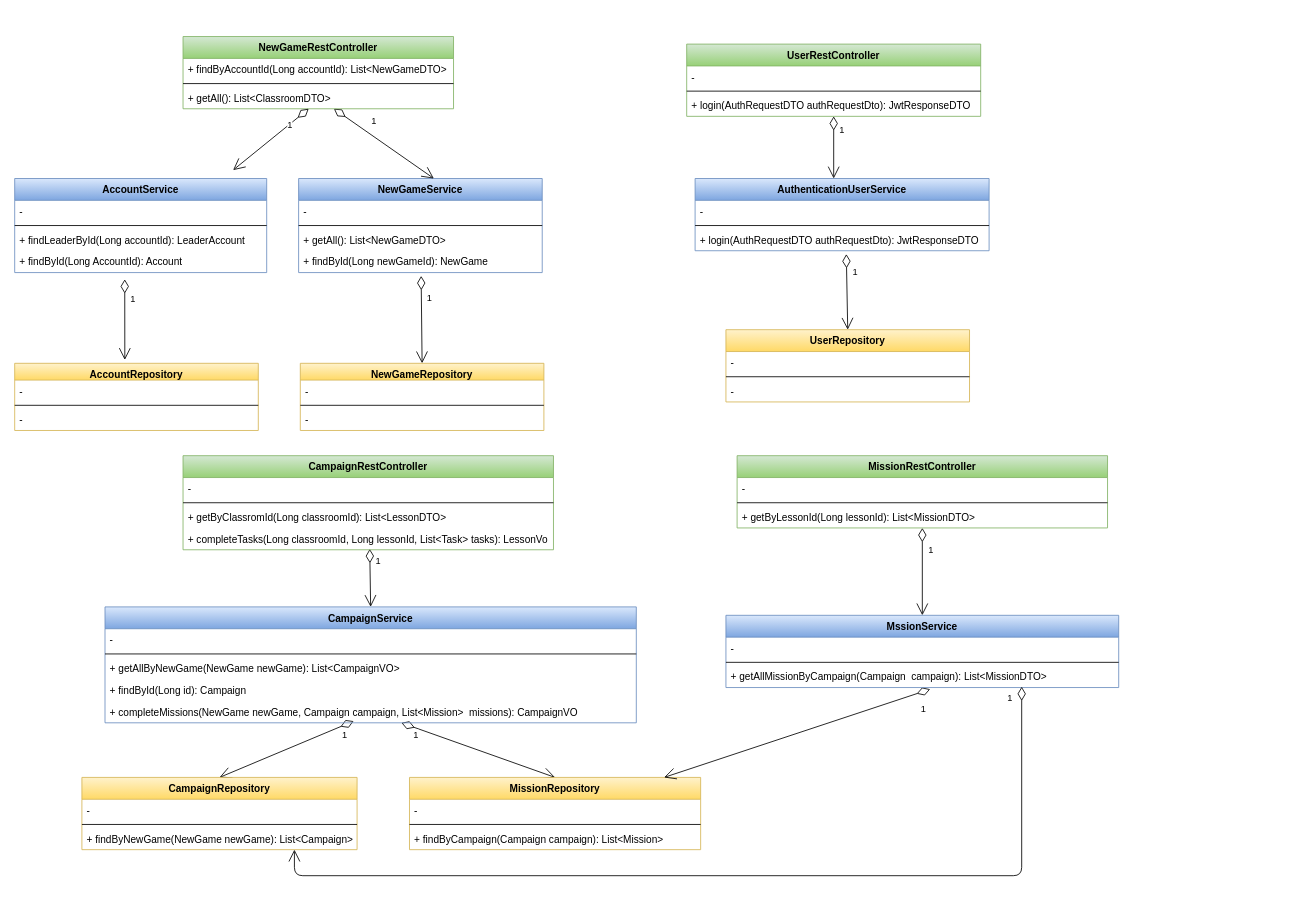
This is page "Services" (2 of 2) of doc/UML.drawio from zolezzi/VirTuAula, a draw.io file, before an edit. Source tidied: cells renumbered, new cells numbered last; positions are measured from the earlier drawing's top-left corner, leaving out a move shared by most shapes. Both pictures are drawn from the tidied source at 84%, with x=0, y=0 at pixel (14, 36).
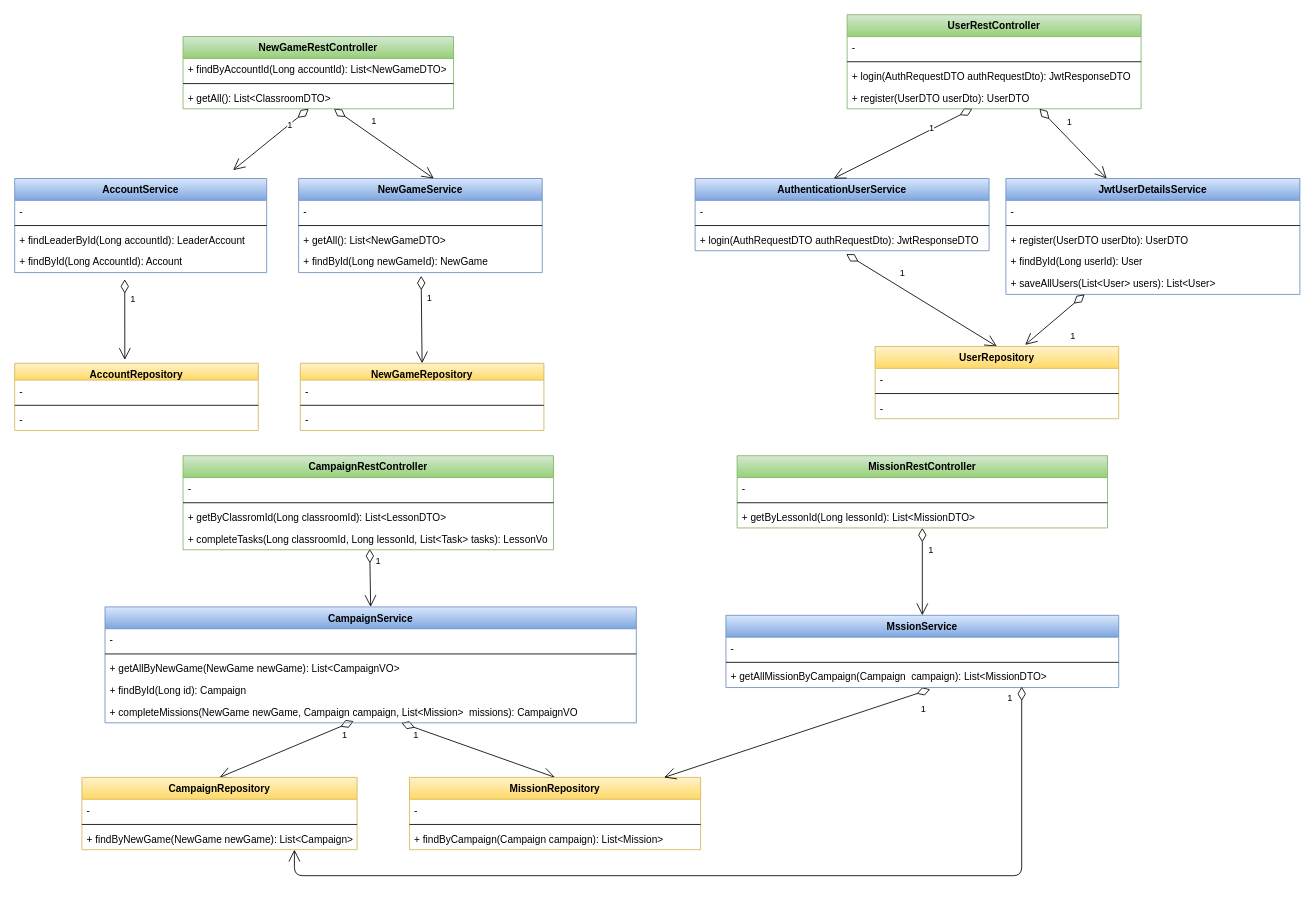
The same diagram, later.

The edit, as a diff of the source:
```diff
@@
     <mxCell id="55" value="UserRestController" style="swimlane;fontStyle=1;align=center;verticalAlign=top;horizontal=1;startSize=26;fillColor=#d5e8d4;strokeColor=#82b366;gradientColor=#97d077;" parent="1" vertex="1">
-      <mxGeometry x="800" y="9" width="350" height="86" as="geometry" />
+      <mxGeometry x="991" y="-26" width="350" height="112" as="geometry" />
     </mxCell>
@@
+    <mxCell id="75" value="+ login(AuthRequestDTO authRequestDto): JwtResponseDTO" style="text;strokeColor=none;fillColor=none;align=left;verticalAlign=top;spacingLeft=4;spacingRight=4;overflow=hidden;" parent="55" vertex="1">
+      <mxGeometry y="60" width="350" height="26" as="geometry" />
+    </mxCell>
-    <mxCell id="58" value="+ login(AuthRequestDTO authRequestDto): JwtResponseDTO" style="text;strokeColor=none;fillColor=none;align=left;verticalAlign=top;spacingLeft=4;spacingRight=4;overflow=hidden;points=[[0,0.5],[1,0.5]];portConstraint=eastwest;" parent="55" vertex="1">
-      <mxGeometry y="60" width="350" height="26" as="geometry" />
+    <mxCell id="58" value="+ register(UserDTO userDto): UserDTO" style="text;strokeColor=none;fillColor=none;align=left;verticalAlign=top;spacingLeft=4;spacingRight=4;overflow=hidden;points=[[0,0.5],[1,0.5]];portConstraint=eastwest;" parent="55" vertex="1">
+      <mxGeometry y="86" width="350" height="26" as="geometry" />
     </mxCell>
@@
     <mxCell id="60" value="UserRepository" style="swimlane;fontStyle=1;align=center;verticalAlign=top;horizontal=1;startSize=26;fillColor=#fff2cc;strokeColor=#d6b656;gradientColor=#ffd966;" parent="1" vertex="1">
-      <mxGeometry x="846.7" y="349" width="290" height="86" as="geometry" />
+      <mxGeometry x="1024.3" y="369" width="290" height="86" as="geometry" />
     </mxCell>
@@
+    <mxCell id="76" value="JwtUserDetailsService" style="swimlane;fontStyle=1;align=center;verticalAlign=top;horizontal=1;startSize=26;fillColor=#dae8fc;strokeColor=#6c8ebf;gradientColor=#7ea6e0;" parent="1" vertex="1">
+      <mxGeometry x="1180" y="169" width="350" height="138" as="geometry" />
+    </mxCell>
+    <mxCell id="77" value="-" style="text;strokeColor=none;fillColor=none;align=left;verticalAlign=top;spacingLeft=4;spacingRight=4;overflow=hidden;" parent="76" vertex="1">
+      <mxGeometry y="26" width="350" height="26" as="geometry" />
+    </mxCell>
+    <mxCell id="78" style="line;strokeWidth=1;fillColor=none;align=left;verticalAlign=middle;spacingTop=-1;spacingLeft=3;spacingRight=3;labelPosition=right;" parent="76" vertex="1">
+      <mxGeometry y="52" width="350" height="8" as="geometry" />
+    </mxCell>
+    <mxCell id="79" value="+ register(UserDTO userDto): UserDTO" style="text;strokeColor=none;fillColor=none;align=left;verticalAlign=top;spacingLeft=4;spacingRight=4;overflow=hidden;" parent="76" vertex="1">
+      <mxGeometry y="60" width="350" height="26" as="geometry" />
+    </mxCell>
+    <mxCell id="80" value="1" style="endArrow=open;html=1;endSize=12;startArrow=diamondThin;startSize=14;startFill=0;align=left;verticalAlign=bottom;" parent="76" edge="1" source="55">
+      <mxGeometry x="-0.33" y="5" relative="1" as="geometry">
+        <mxPoint x="120" as="targetPoint" />
+      </mxGeometry>
+    </mxCell>
+    <mxCell id="81" value="+ findById(Long userId): User" style="text;strokeColor=none;fillColor=none;align=left;verticalAlign=top;spacingLeft=4;spacingRight=4;overflow=hidden;" parent="76" vertex="1">
+      <mxGeometry y="86" width="350" height="26" as="geometry" />
+    </mxCell>
+    <mxCell id="82" value="+ saveAllUsers(List&lt;User&gt; users): List&lt;User&gt;" style="text;strokeColor=none;fillColor=none;align=left;verticalAlign=top;spacingLeft=4;spacingRight=4;overflow=hidden;" parent="76" vertex="1">
+      <mxGeometry y="112" width="350" height="26" as="geometry" />
+    </mxCell>
+    <mxCell id="83" value="1" style="endArrow=open;html=1;endSize=12;startArrow=diamondThin;startSize=14;startFill=0;align=left;verticalAlign=bottom;entryX=0.616;entryY=-0.023;entryDx=0;entryDy=0;entryPerimeter=0;" parent="1" edge="1" source="76" target="60">
+      <mxGeometry x="0.12" y="32" relative="1" as="geometry" />
+    </mxCell>
```
